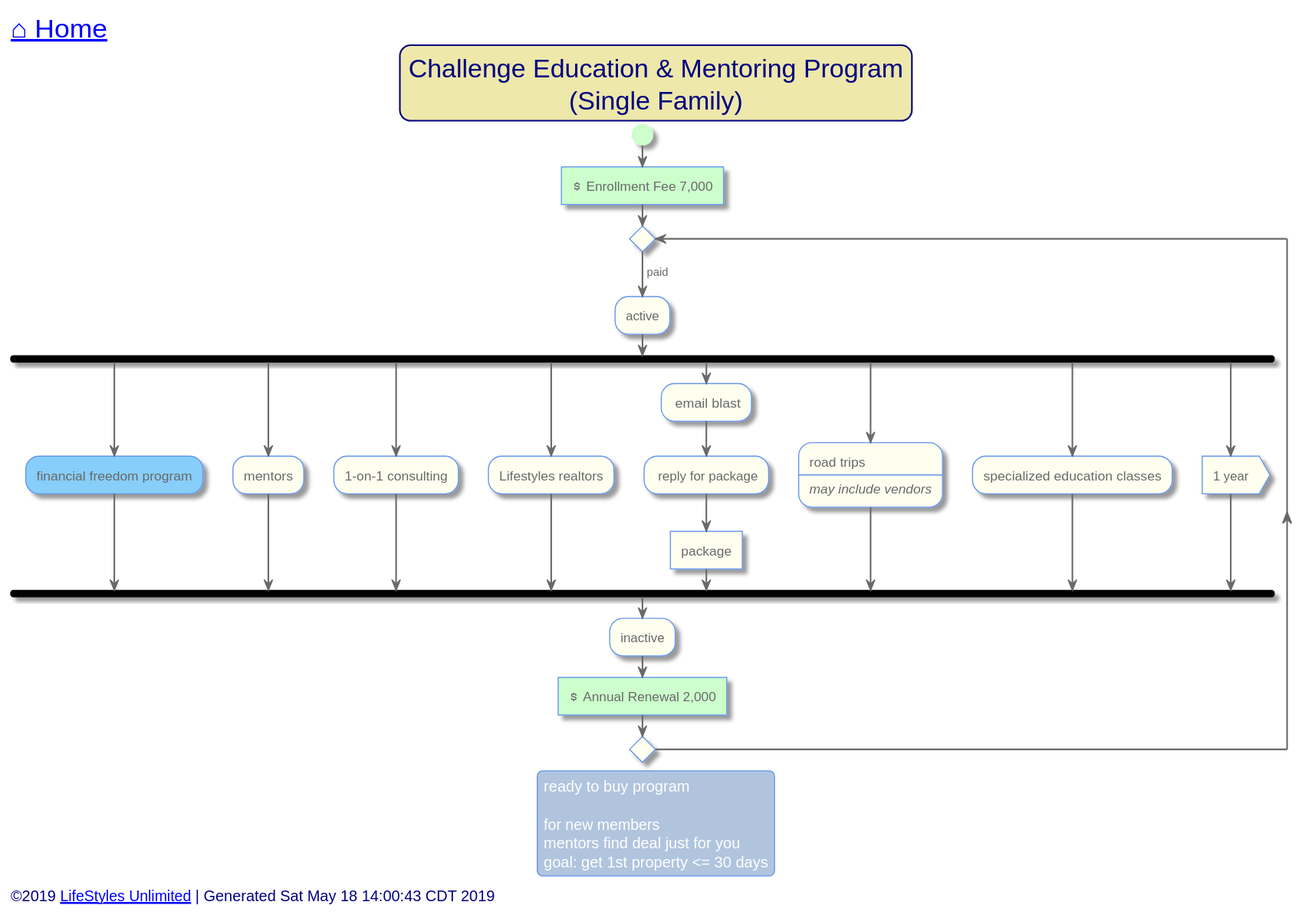
Above: out/src/single-family/challenge-program.svg in toddmo/lifestylesunlimited (PlantUML), before the change.
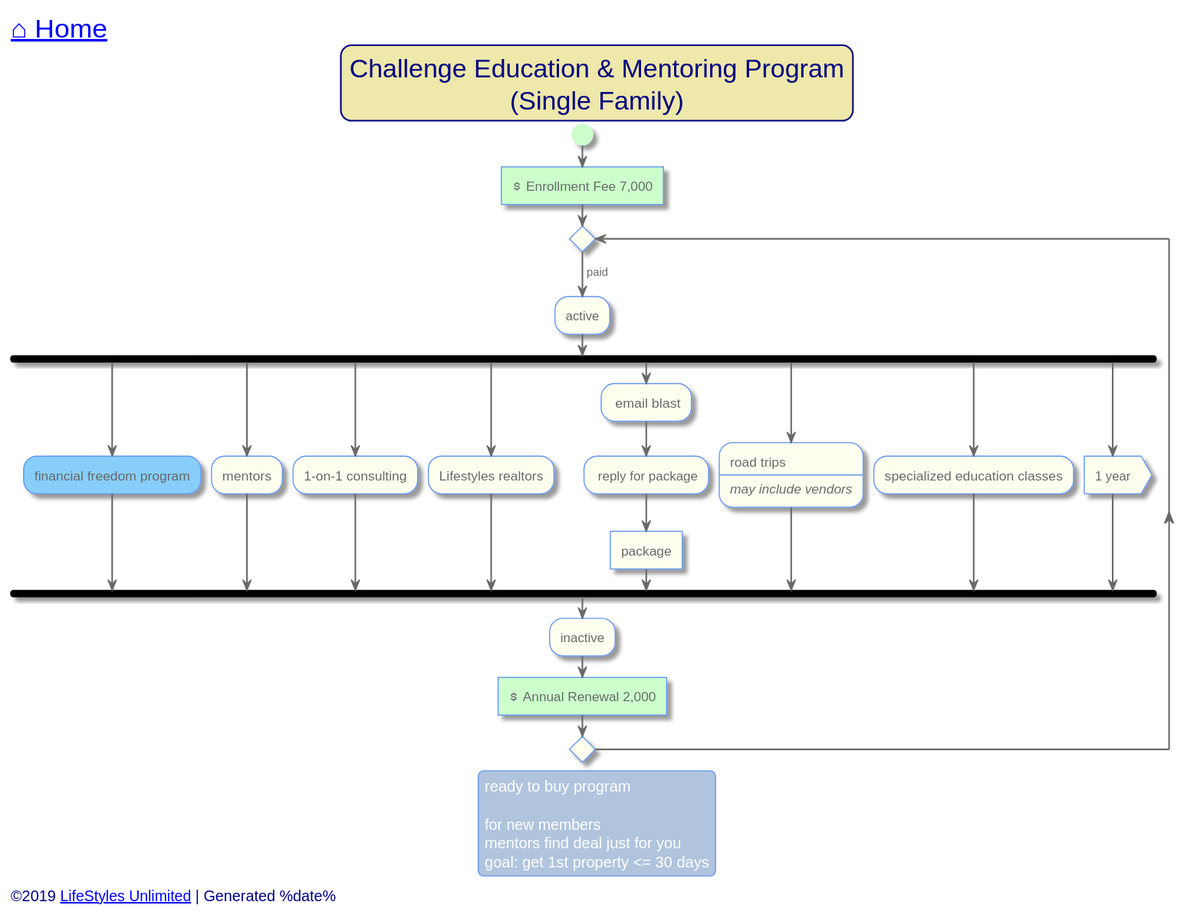
Above is the later version.

Change to the diagram source:
```diff
@@ -127,7 +127,7 @@
 
 
 left footer
-	<font size=14>©2019 [[http://www.lifestylesunlimited.com LifeStyles Unlimited]] | Generated Sat May 18 14:00:43 CDT 2019</font>
+	<font size=14>©2019 [[http://www.lifestylesunlimited.com LifeStyles Unlimited]] | Generated %date%</font>
 endfooter
 
 
```
